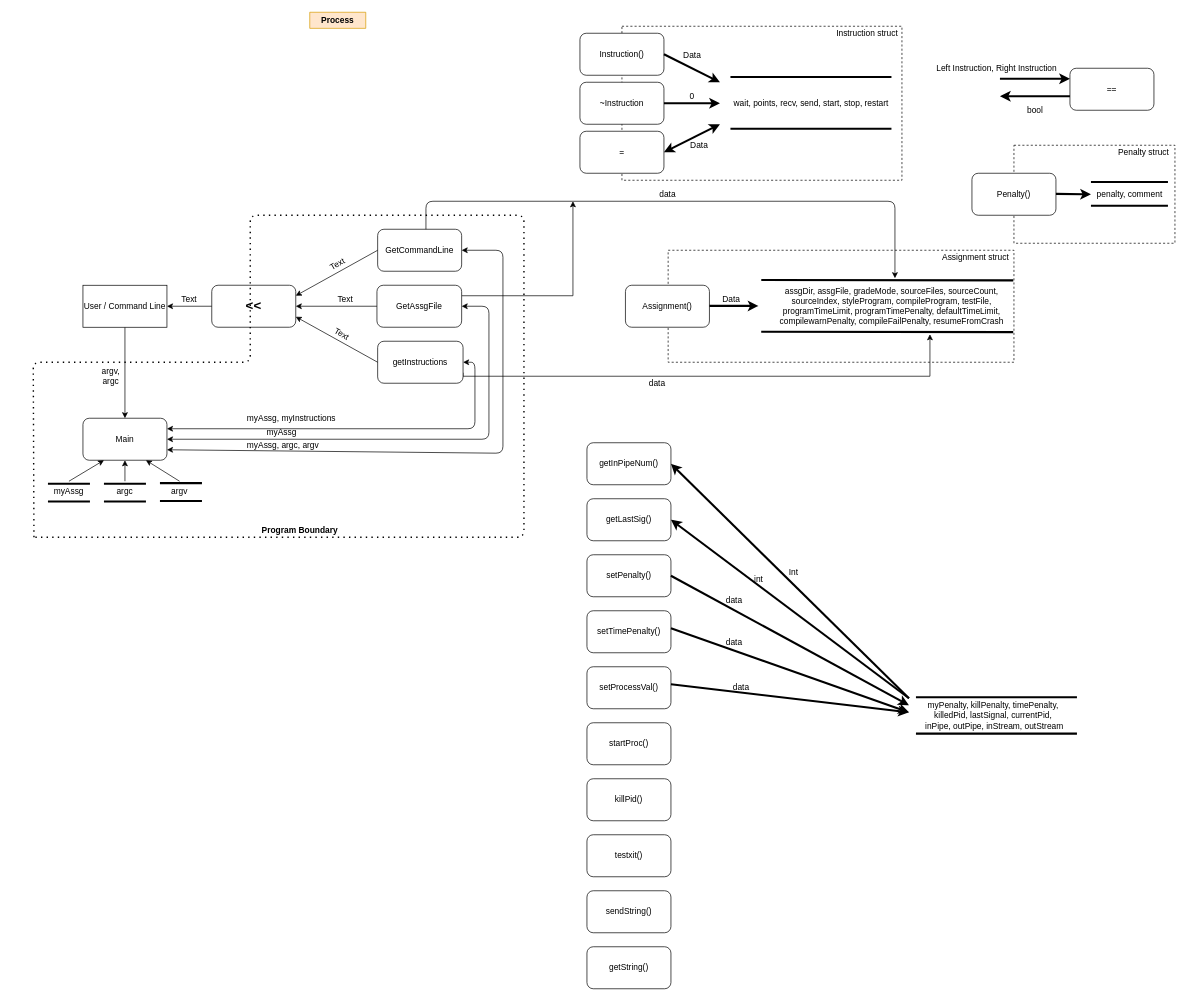
Above: Empty Folder/Untitled Diagram.drawio in i-skousen/Week09 (draw.io), before the change. Source tidied: cells renumbered, new cells numbered last; positions are measured from the earlier drawing's top-left corner, leaving out a move shared by most shapes. Both pictures are drawn from the tidied source at 70%, with x=0, y=0 at pixel (33, 12).
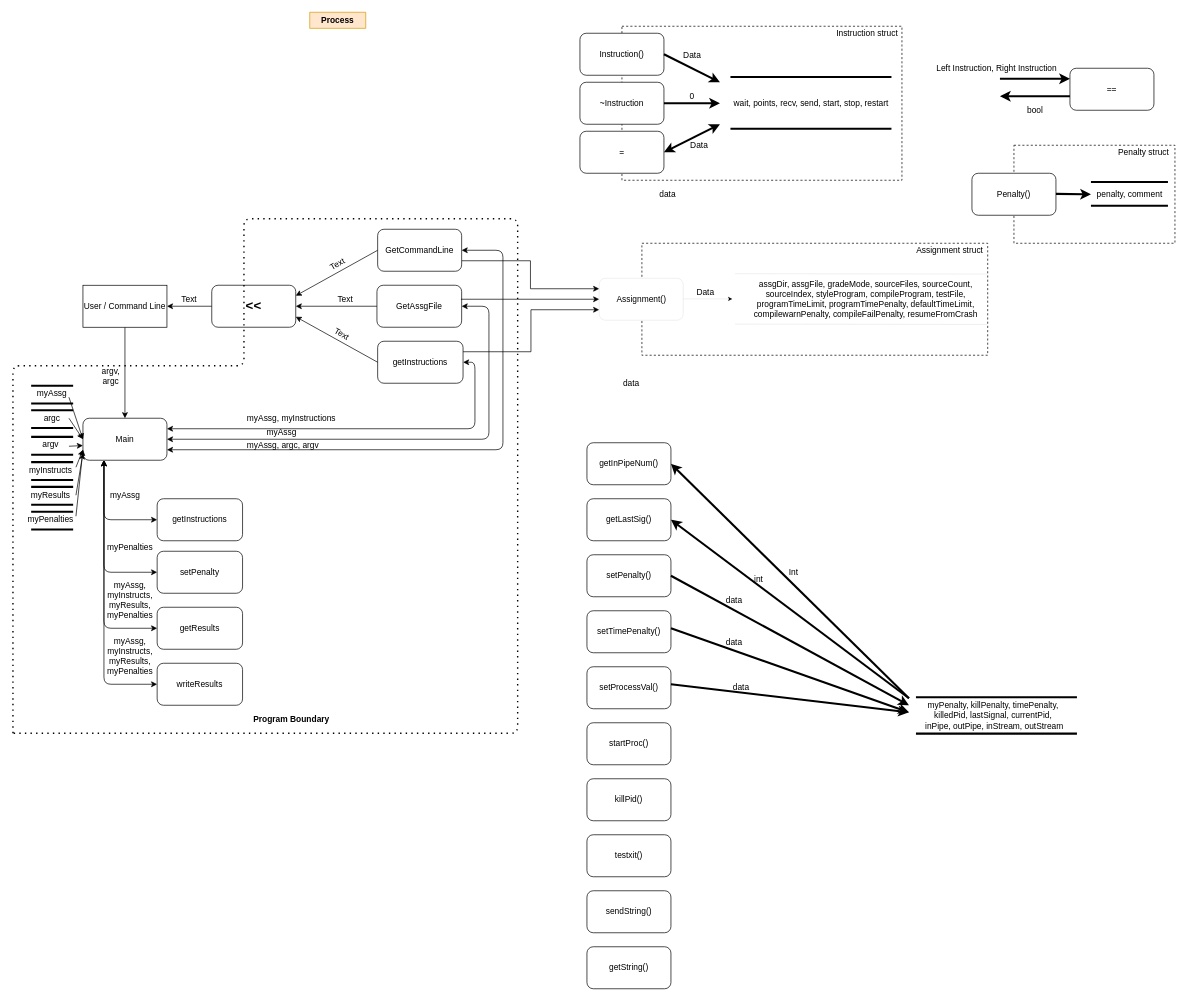
Above is the later version.

The change refers to these unchanged cells:
```xml
<mxCell id="5" value="Main" style="rounded=1;whiteSpace=wrap;html=1;" parent="1" vertex="1">
  <mxGeometry x="71" y="580" width="120" height="60" as="geometry" />
</mxCell>
<mxCell id="9" value="getInstructions" style="rounded=1;whiteSpace=wrap;html=1;" parent="1" vertex="1">
  <mxGeometry x="492" y="470" width="122" height="60" as="geometry" />
</mxCell>
<mxCell id="10" value="GetCommandLine" style="rounded=1;whiteSpace=wrap;html=1;" parent="1" vertex="1">
  <mxGeometry x="492" y="310" width="120" height="60" as="geometry" />
</mxCell>
<mxCell id="12" value="GetAssgFile" style="rounded=1;whiteSpace=wrap;html=1;" parent="1" vertex="1">
  <mxGeometry x="491" y="390" width="121" height="60" as="geometry" />
</mxCell>
```

Change to the diagram source:
```diff
@@
-    <mxCell id="4" style="rounded=0;whiteSpace=wrap;html=1;dashed=1;" parent="1" vertex="1">
-      <mxGeometry x="907" y="340" width="494" height="160" as="geometry" />
+    <mxCell id="4" style="rounded=0;whiteSpace=wrap;html=1;dashed=1;strokeWidth=1;" parent="1" vertex="1">
+      <mxGeometry x="869.5" y="330" width="494" height="160" as="geometry" />
     </mxCell>
@@
-    <mxCell id="8" style="edgeStyle=orthogonalEdgeStyle;rounded=0;jettySize=auto;html=1;exitX=1;exitY=0.75;exitDx=0;exitDy=0;" parent="1" edge="1" source="9">
-      <mxGeometry relative="1" as="geometry">
-        <mxPoint x="1281" y="460" as="targetPoint" />
-        <Array as="points">
-          <mxPoint x="614" y="520" />
-          <mxPoint x="1281" y="520" />
-        </Array>
-      </mxGeometry>
-    </mxCell>
+    <mxCell id="97" style="edgeStyle=orthogonalEdgeStyle;rounded=0;jettySize=auto;html=1;exitX=1;exitY=0.25;exitDx=0;exitDy=0;entryX=0;entryY=0.75;entryDx=0;entryDy=0;strokeColor=#000000;strokeWidth=1;" parent="1" edge="1" source="9" target="44">
+      <mxGeometry relative="1" as="geometry">
+        <Array as="points">
+          <mxPoint x="711" y="485" />
+          <mxPoint x="711" y="425" />
+        </Array>
+      </mxGeometry>
+    </mxCell>
@@
+    <mxCell id="98" style="edgeStyle=orthogonalEdgeStyle;rounded=0;jettySize=auto;html=1;exitX=1;exitY=0.75;exitDx=0;exitDy=0;entryX=0;entryY=0.25;entryDx=0;entryDy=0;strokeColor=#000000;strokeWidth=1;" parent="1" edge="1" source="10" target="44">
+      <mxGeometry relative="1" as="geometry" />
+    </mxCell>
@@
-    <mxCell id="11" style="edgeStyle=orthogonalEdgeStyle;rounded=0;jettySize=auto;html=1;exitX=1;exitY=0.25;exitDx=0;exitDy=0;" parent="1" edge="1" source="12">
-      <mxGeometry relative="1" as="geometry">
-        <mxPoint x="771" y="270" as="targetPoint" />
-        <Array as="points">
-          <mxPoint x="771" y="405" />
-        </Array>
-      </mxGeometry>
-    </mxCell>
@@
     <mxCell id="17" style="endArrow=none;html=1;strokeColor=#000000;strokeWidth=3;" parent="1" edge="1">
       <mxGeometry relative="1" as="geometry">
-        <mxPoint x="21" y="673.5" as="sourcePoint" />
-        <mxPoint x="81" y="673.5" as="targetPoint" />
+        <mxPoint x="-3" y="533.5" as="sourcePoint" />
+        <mxPoint x="57" y="533.5" as="targetPoint" />
       </mxGeometry>
     </mxCell>
     <mxCell id="18" style="endArrow=none;html=1;strokeColor=#000000;strokeWidth=3;" parent="1" edge="1">
       <mxGeometry relative="1" as="geometry">
-        <mxPoint x="21" y="699" as="sourcePoint" />
-        <mxPoint x="81" y="699" as="targetPoint" />
+        <mxPoint x="-3" y="559" as="sourcePoint" />
+        <mxPoint x="57" y="559" as="targetPoint" />
       </mxGeometry>
     </mxCell>
     <mxCell id="19" value="myAssg" style="text;html=1;strokeColor=none;fillColor=none;align=center;verticalAlign=middle;whiteSpace=wrap;rounded=0;" parent="1" vertex="1">
-      <mxGeometry x="31" y="670" width="40" height="29" as="geometry" />
+      <mxGeometry x="7" y="530" width="40" height="29" as="geometry" />
     </mxCell>
@@
     <mxCell id="30" style="endArrow=none;html=1;strokeColor=#000000;strokeWidth=3;" parent="1" edge="1">
       <mxGeometry relative="1" as="geometry">
-        <mxPoint x="101" y="673.5" as="sourcePoint" />
-        <mxPoint x="161" y="673.5" as="targetPoint" />
+        <mxPoint x="-3" y="568.5" as="sourcePoint" />
+        <mxPoint x="57" y="568.5" as="targetPoint" />
       </mxGeometry>
     </mxCell>
     <mxCell id="31" style="endArrow=none;html=1;strokeColor=#000000;strokeWidth=3;" parent="1" edge="1">
       <mxGeometry relative="1" as="geometry">
-        <mxPoint x="101" y="699" as="sourcePoint" />
-        <mxPoint x="161" y="699" as="targetPoint" />
+        <mxPoint x="-3" y="594" as="sourcePoint" />
+        <mxPoint x="57" y="594" as="targetPoint" />
       </mxGeometry>
     </mxCell>
     <mxCell id="32" value="argc" style="text;html=1;strokeColor=none;fillColor=none;align=center;verticalAlign=middle;whiteSpace=wrap;rounded=0;" parent="1" vertex="1">
-      <mxGeometry x="111" y="670" width="40" height="29" as="geometry" />
+      <mxGeometry x="7" y="565" width="40" height="29" as="geometry" />
     </mxCell>
     <mxCell id="33" style="endArrow=none;html=1;strokeColor=#000000;strokeWidth=3;" parent="1" edge="1">
       <mxGeometry relative="1" as="geometry">
-        <mxPoint x="181" y="672.7" as="sourcePoint" />
-        <mxPoint x="241" y="672.7" as="targetPoint" />
+        <mxPoint x="-3" y="606.6" as="sourcePoint" />
+        <mxPoint x="57" y="606.6" as="targetPoint" />
       </mxGeometry>
     </mxCell>
     <mxCell id="34" style="endArrow=none;html=1;strokeColor=#000000;strokeWidth=3;" parent="1" edge="1">
       <mxGeometry relative="1" as="geometry">
-        <mxPoint x="181" y="698.2" as="sourcePoint" />
-        <mxPoint x="241" y="698.2" as="targetPoint" />
+        <mxPoint x="-3" y="632.1" as="sourcePoint" />
+        <mxPoint x="57" y="632.1" as="targetPoint" />
       </mxGeometry>
     </mxCell>
     <mxCell id="35" value="argv" style="text;html=1;strokeColor=none;fillColor=none;align=center;verticalAlign=middle;whiteSpace=wrap;rounded=0;" parent="1" vertex="1">
-      <mxGeometry x="189" y="670" width="40" height="29" as="geometry" />
+      <mxGeometry x="5" y="603.9" width="40" height="29" as="geometry" />
     </mxCell>
@@
     <mxCell id="37" style="endArrow=classic;startArrow=classic;html=1;strokeColor=#000000;strokeWidth=1;entryX=1;entryY=0.5;entryDx=0;entryDy=0;exitX=1;exitY=0.75;exitDx=0;exitDy=0;" parent="1" edge="1" source="5" target="10">
       <mxGeometry relative="1" as="geometry">
         <Array as="points">
-          <mxPoint x="671" y="630" />
+          <mxPoint x="671" y="625" />
           <mxPoint x="671" y="340" />
         </Array>
       </mxGeometry>
     </mxCell>
@@
-    <mxCell id="39" style="endArrow=classic;html=1;strokeColor=#000000;strokeWidth=1;exitX=0.5;exitY=0;exitDx=0;exitDy=0;" parent="1" edge="1" source="19">
+    <mxCell id="39" style="endArrow=classic;html=1;strokeColor=#000000;strokeWidth=1;" parent="1" edge="1">
       <mxGeometry relative="1" as="geometry">
-        <mxPoint x="101" y="640" as="targetPoint" />
+        <mxPoint x="51" y="550" as="sourcePoint" />
+        <mxPoint x="71" y="610" as="targetPoint" />
       </mxGeometry>
     </mxCell>
-    <mxCell id="40" style="endArrow=classic;html=1;strokeColor=#000000;strokeWidth=1;exitX=0.5;exitY=0;exitDx=0;exitDy=0;entryX=0.5;entryY=1;entryDx=0;entryDy=0;" parent="1" edge="1" source="32" target="5">
-      <mxGeometry relative="1" as="geometry" />
-    </mxCell>
-    <mxCell id="41" style="endArrow=classic;html=1;strokeColor=#000000;strokeWidth=1;exitX=0.5;exitY=0;exitDx=0;exitDy=0;entryX=0.75;entryY=1;entryDx=0;entryDy=0;" parent="1" edge="1" source="35" target="5">
-      <mxGeometry relative="1" as="geometry" />
-    </mxCell>
-    <mxCell id="42" value="assgDir, assgFile, gradeMode, sourceFiles, sourceCount, &lt;br&gt;sourceIndex, styleProgram, compileProgram, testFile, &lt;br&gt;programTimeLimit, programTimePenalty, defaultTimeLimit, &lt;br&gt;compilewarnPenalty, compileFailPenalty, resumeFromCrash" style="text;html=1;align=center;verticalAlign=middle;fillColor=none;strokeColor=none;rounded=0;" parent="1" vertex="1">
-      <mxGeometry x="1056" y="390" width="340" height="60" as="geometry" />
+    <mxCell id="42" value="assgDir, assgFile, gradeMode, sourceFiles, sourceCount, &lt;br&gt;sourceIndex, styleProgram, compileProgram, testFile, &lt;br&gt;programTimeLimit, programTimePenalty, defaultTimeLimit, &lt;br&gt;compilewarnPenalty, compileFailPenalty, resumeFromCrash" style="text;html=1;align=center;verticalAlign=middle;fillColor=none;strokeColor=none;rounded=0;strokeWidth=0;" parent="1" vertex="1">
+      <mxGeometry x="1018.5" y="380" width="340" height="60" as="geometry" />
     </mxCell>
-    <mxCell id="43" style="shape=link;html=1;width=72;strokeWidth=3;" parent="1" edge="1">
+    <mxCell id="43" style="shape=link;html=1;width=72;strokeWidth=0;" parent="1" edge="1">
       <mxGeometry relative="1" as="geometry">
-        <mxPoint x="1400" y="420" as="sourcePoint" />
-        <mxPoint x="1040" y="419.5" as="targetPoint" />
+        <mxPoint x="1362.5" y="410" as="sourcePoint" />
+        <mxPoint x="1002.5" y="409.5" as="targetPoint" />
       </mxGeometry>
     </mxCell>
-    <mxCell id="44" value="Assignment()" style="rounded=1;whiteSpace=wrap;html=1;" parent="1" vertex="1">
-      <mxGeometry x="846" y="390" width="120" height="60" as="geometry" />
+    <mxCell id="44" value="Assignment()" style="rounded=1;whiteSpace=wrap;html=1;strokeWidth=0;" parent="1" vertex="1">
+      <mxGeometry x="808.5" y="380" width="120" height="60" as="geometry" />
     </mxCell>
-    <mxCell id="45" style="endArrow=classic;html=1;strokeWidth=3;" parent="1" edge="1">
+    <mxCell id="45" style="endArrow=classic;html=1;strokeWidth=0;" parent="1" edge="1">
       <mxGeometry relative="1" as="geometry">
-        <mxPoint x="966" y="419.5" as="sourcePoint" />
-        <mxPoint x="1036" y="419.5" as="targetPoint" />
+        <mxPoint x="928.5" y="409.5" as="sourcePoint" />
+        <mxPoint x="998.5" y="409.5" as="targetPoint" />
       </mxGeometry>
     </mxCell>
@@
-    <mxCell id="49" value="Data" style="text;html=1;align=center;verticalAlign=middle;fillColor=none;strokeColor=none;rounded=0;" parent="1" vertex="1">
-      <mxGeometry x="977" y="400" width="40" height="20" as="geometry" />
+    <mxCell id="49" value="Data" style="text;html=1;align=center;verticalAlign=middle;fillColor=none;strokeColor=none;rounded=0;strokeWidth=0;" parent="1" vertex="1">
+      <mxGeometry x="939.5" y="390" width="40" height="20" as="geometry" />
     </mxCell>
@@
-    <mxCell id="59" value="Assignment struct" style="text;html=1;align=center;verticalAlign=middle;fillColor=none;strokeColor=none;rounded=0;" parent="1" vertex="1">
-      <mxGeometry x="1291" y="340" width="110" height="20" as="geometry" />
+    <mxCell id="59" value="Assignment struct" style="text;html=1;align=center;verticalAlign=middle;fillColor=none;strokeColor=none;rounded=0;strokeWidth=0;" parent="1" vertex="1">
+      <mxGeometry x="1253.5" y="330" width="110" height="20" as="geometry" />
     </mxCell>
@@
     <mxCell id="71" style="endArrow=none;dashed=1;html=1;dashPattern=1 3;strokeWidth=2;" parent="1" edge="1">
       <mxGeometry relative="1" as="geometry">
-        <mxPoint x="1" y="750" as="sourcePoint" />
-        <mxPoint y="750" as="targetPoint" />
+        <mxPoint x="-29" y="1030" as="sourcePoint" />
+        <mxPoint x="-29" y="1030" as="targetPoint" />
         <Array as="points">
-          <mxPoint y="500" />
-          <mxPoint x="310" y="500" />
-          <mxPoint x="310" y="290" />
-          <mxPoint x="701" y="290" />
-          <mxPoint x="701" y="750" />
+          <mxPoint x="-29" y="505" />
+          <mxPoint x="301" y="505" />
+          <mxPoint x="301" y="295" />
+          <mxPoint x="692" y="295" />
+          <mxPoint x="692" y="1030" />
         </Array>
       </mxGeometry>
     </mxCell>
@@
     <mxCell id="73" value="&lt;b&gt;Program Boundary&lt;/b&gt;" style="text;html=1;strokeColor=none;fillColor=none;align=center;verticalAlign=middle;whiteSpace=wrap;rounded=0;" parent="1" vertex="1">
-      <mxGeometry x="281" y="730" width="200" height="20" as="geometry" />
+      <mxGeometry x="269" y="1000" width="200" height="20" as="geometry" />
     </mxCell>
@@
-    <mxCell id="94" style="endArrow=classic;html=1;" parent="1" edge="1">
-      <mxGeometry relative="1" as="geometry">
-        <mxPoint x="561" y="310" as="sourcePoint" />
-        <mxPoint x="1231" y="380" as="targetPoint" />
-        <Array as="points">
-          <mxPoint x="561" y="270" />
-          <mxPoint x="1231" y="270" />
-        </Array>
-      </mxGeometry>
-    </mxCell>
@@
     <mxCell id="96" value="data" style="text;html=1;align=center;verticalAlign=middle;fillColor=none;strokeColor=none;rounded=0;" parent="1" vertex="1">
-      <mxGeometry x="871" y="520" width="40" height="20" as="geometry" />
+      <mxGeometry x="833.5" y="520" width="40" height="20" as="geometry" />
     </mxCell>
+    <mxCell id="99" value="getInstructions" style="rounded=1;whiteSpace=wrap;html=1;" parent="1" vertex="1">
+      <mxGeometry x="177" y="695" width="122" height="60" as="geometry" />
+    </mxCell>
+    <mxCell id="100" style="endArrow=classic;startArrow=classic;html=1;strokeColor=#000000;strokeWidth=1;entryX=0.25;entryY=1;entryDx=0;entryDy=0;exitX=0;exitY=0.5;exitDx=0;exitDy=0;" parent="1" edge="1" source="99" target="5">
+      <mxGeometry relative="1" as="geometry">
+        <Array as="points">
+          <mxPoint x="101" y="725" />
+        </Array>
+      </mxGeometry>
+    </mxCell>
+    <mxCell id="101" value="myAssg" style="text;html=1;strokeColor=none;fillColor=none;align=center;verticalAlign=middle;whiteSpace=wrap;rounded=0;" parent="1" vertex="1">
+      <mxGeometry x="113.5" y="680" width="35" height="20" as="geometry" />
+    </mxCell>
+    <mxCell id="102" value="setPenalty" style="rounded=1;whiteSpace=wrap;html=1;" parent="1" vertex="1">
+      <mxGeometry x="177" y="770" width="122" height="60" as="geometry" />
+    </mxCell>
+    <mxCell id="103" style="endArrow=classic;startArrow=classic;html=1;strokeColor=#000000;strokeWidth=1;exitX=0;exitY=0.5;exitDx=0;exitDy=0;" parent="1" edge="1" source="102">
+      <mxGeometry relative="1" as="geometry">
+        <mxPoint x="101" y="640" as="targetPoint" />
+        <Array as="points">
+          <mxPoint x="101" y="800" />
+        </Array>
+      </mxGeometry>
+    </mxCell>
+    <mxCell id="104" value="myPenalties" style="text;html=1;strokeColor=none;fillColor=none;align=center;verticalAlign=middle;whiteSpace=wrap;rounded=0;" parent="1" vertex="1">
+      <mxGeometry x="121" y="755" width="35" height="20" as="geometry" />
+    </mxCell>
+    <mxCell id="105" value="getResults" style="rounded=1;whiteSpace=wrap;html=1;" parent="1" vertex="1">
+      <mxGeometry x="177" y="850" width="122" height="60" as="geometry" />
+    </mxCell>
+    <mxCell id="106" style="endArrow=classic;startArrow=classic;html=1;strokeColor=#000000;strokeWidth=1;exitX=0;exitY=0.5;exitDx=0;exitDy=0;entryX=0.25;entryY=1;entryDx=0;entryDy=0;" parent="1" edge="1" source="105" target="5">
+      <mxGeometry relative="1" as="geometry">
+        <Array as="points">
+          <mxPoint x="101" y="880" />
+        </Array>
+      </mxGeometry>
+    </mxCell>
+    <mxCell id="107" value="myAssg, myInstructs, myResults, myPenalties" style="text;html=1;strokeColor=none;fillColor=none;align=center;verticalAlign=middle;whiteSpace=wrap;rounded=0;" parent="1" vertex="1">
+      <mxGeometry x="121" y="830" width="35" height="20" as="geometry" />
+    </mxCell>
+    <mxCell id="108" value="writeResults" style="rounded=1;whiteSpace=wrap;html=1;" parent="1" vertex="1">
+      <mxGeometry x="177" y="930" width="122" height="60" as="geometry" />
+    </mxCell>
+    <mxCell id="109" style="endArrow=classic;startArrow=classic;html=1;strokeColor=#000000;strokeWidth=1;exitX=0;exitY=0.5;exitDx=0;exitDy=0;" parent="1" edge="1" source="108">
+      <mxGeometry relative="1" as="geometry">
+        <mxPoint x="101" y="640" as="targetPoint" />
+        <Array as="points">
+          <mxPoint x="101" y="960" />
+        </Array>
+      </mxGeometry>
+    </mxCell>
+    <mxCell id="110" value="myAssg, myInstructs, myResults, myPenalties" style="text;html=1;strokeColor=none;fillColor=none;align=center;verticalAlign=middle;whiteSpace=wrap;rounded=0;" parent="1" vertex="1">
+      <mxGeometry x="121" y="910" width="35" height="20" as="geometry" />
+    </mxCell>
+    <mxCell id="111" style="endArrow=classic;html=1;strokeColor=#000000;strokeWidth=1;entryX=0;entryY=0.5;entryDx=0;entryDy=0;" parent="1" edge="1" target="44">
+      <mxGeometry relative="1" as="geometry">
+        <mxPoint x="611" y="410" as="sourcePoint" />
+      </mxGeometry>
+    </mxCell>
+    <mxCell id="112" style="endArrow=none;html=1;strokeColor=#000000;strokeWidth=3;" parent="1" edge="1">
+      <mxGeometry relative="1" as="geometry">
+        <mxPoint x="-3" y="642.7" as="sourcePoint" />
+        <mxPoint x="57" y="642.7" as="targetPoint" />
+      </mxGeometry>
+    </mxCell>
+    <mxCell id="113" style="endArrow=none;html=1;strokeColor=#000000;strokeWidth=3;" parent="1" edge="1">
+      <mxGeometry relative="1" as="geometry">
+        <mxPoint x="-3" y="668.2" as="sourcePoint" />
+        <mxPoint x="57" y="668.2" as="targetPoint" />
+      </mxGeometry>
+    </mxCell>
+    <mxCell id="114" value="myInstructs" style="text;html=1;strokeColor=none;fillColor=none;align=center;verticalAlign=middle;whiteSpace=wrap;rounded=0;" parent="1" vertex="1">
+      <mxGeometry x="5" y="640" width="40" height="29" as="geometry" />
+    </mxCell>
+    <mxCell id="115" style="endArrow=none;html=1;strokeColor=#000000;strokeWidth=3;" parent="1" edge="1">
+      <mxGeometry relative="1" as="geometry">
+        <mxPoint x="-3" y="678.1" as="sourcePoint" />
+        <mxPoint x="57" y="678.1" as="targetPoint" />
+      </mxGeometry>
+    </mxCell>
+    <mxCell id="116" style="endArrow=none;html=1;strokeColor=#000000;strokeWidth=3;" parent="1" edge="1">
+      <mxGeometry relative="1" as="geometry">
+        <mxPoint x="-3" y="703.6" as="sourcePoint" />
+        <mxPoint x="57" y="703.6" as="targetPoint" />
+      </mxGeometry>
+    </mxCell>
+    <mxCell id="117" value="myResults" style="text;html=1;strokeColor=none;fillColor=none;align=center;verticalAlign=middle;whiteSpace=wrap;rounded=0;" parent="1" vertex="1">
+      <mxGeometry x="5" y="675.4" width="40" height="29" as="geometry" />
+    </mxCell>
+    <mxCell id="118" style="endArrow=none;html=1;strokeColor=#000000;strokeWidth=3;" parent="1" edge="1">
+      <mxGeometry relative="1" as="geometry">
+        <mxPoint x="-3" y="713.5" as="sourcePoint" />
+        <mxPoint x="57" y="713.5" as="targetPoint" />
+      </mxGeometry>
+    </mxCell>
+    <mxCell id="119" style="endArrow=none;html=1;strokeColor=#000000;strokeWidth=3;" parent="1" edge="1">
+      <mxGeometry relative="1" as="geometry">
+        <mxPoint x="-3" y="739" as="sourcePoint" />
+        <mxPoint x="57" y="739" as="targetPoint" />
+      </mxGeometry>
+    </mxCell>
+    <mxCell id="120" value="myPenalties" style="text;html=1;strokeColor=none;fillColor=none;align=center;verticalAlign=middle;whiteSpace=wrap;rounded=0;" parent="1" vertex="1">
+      <mxGeometry x="5" y="710" width="40" height="29" as="geometry" />
+    </mxCell>
+    <mxCell id="121" style="endArrow=classic;html=1;strokeColor=#000000;strokeWidth=1;entryX=0;entryY=0.65;entryDx=0;entryDy=0;entryPerimeter=0;" parent="1" edge="1" target="5">
+      <mxGeometry relative="1" as="geometry">
+        <mxPoint x="51" y="620" as="sourcePoint" />
+      </mxGeometry>
+    </mxCell>
+    <mxCell id="122" style="endArrow=classic;html=1;strokeColor=#000000;strokeWidth=1;" parent="1" edge="1">
+      <mxGeometry relative="1" as="geometry">
+        <mxPoint x="51" y="580" as="sourcePoint" />
+        <mxPoint x="71" y="610" as="targetPoint" />
+      </mxGeometry>
+    </mxCell>
+    <mxCell id="123" style="endArrow=classic;html=1;strokeColor=#000000;strokeWidth=1;entryX=0;entryY=0.75;entryDx=0;entryDy=0;" parent="1" edge="1" target="5">
+      <mxGeometry relative="1" as="geometry">
+        <mxPoint x="61" y="650" as="sourcePoint" />
+      </mxGeometry>
+    </mxCell>
+    <mxCell id="124" style="endArrow=classic;html=1;strokeColor=#000000;strokeWidth=1;" parent="1" edge="1">
+      <mxGeometry relative="1" as="geometry">
+        <mxPoint x="61" y="690" as="sourcePoint" />
+        <mxPoint x="71" y="630" as="targetPoint" />
+      </mxGeometry>
+    </mxCell>
+    <mxCell id="125" style="endArrow=classic;html=1;strokeColor=#000000;strokeWidth=1;entryX=0;entryY=0.75;entryDx=0;entryDy=0;" parent="1" edge="1" target="5">
+      <mxGeometry relative="1" as="geometry">
+        <mxPoint x="61" y="720" as="sourcePoint" />
+      </mxGeometry>
+    </mxCell>
```
